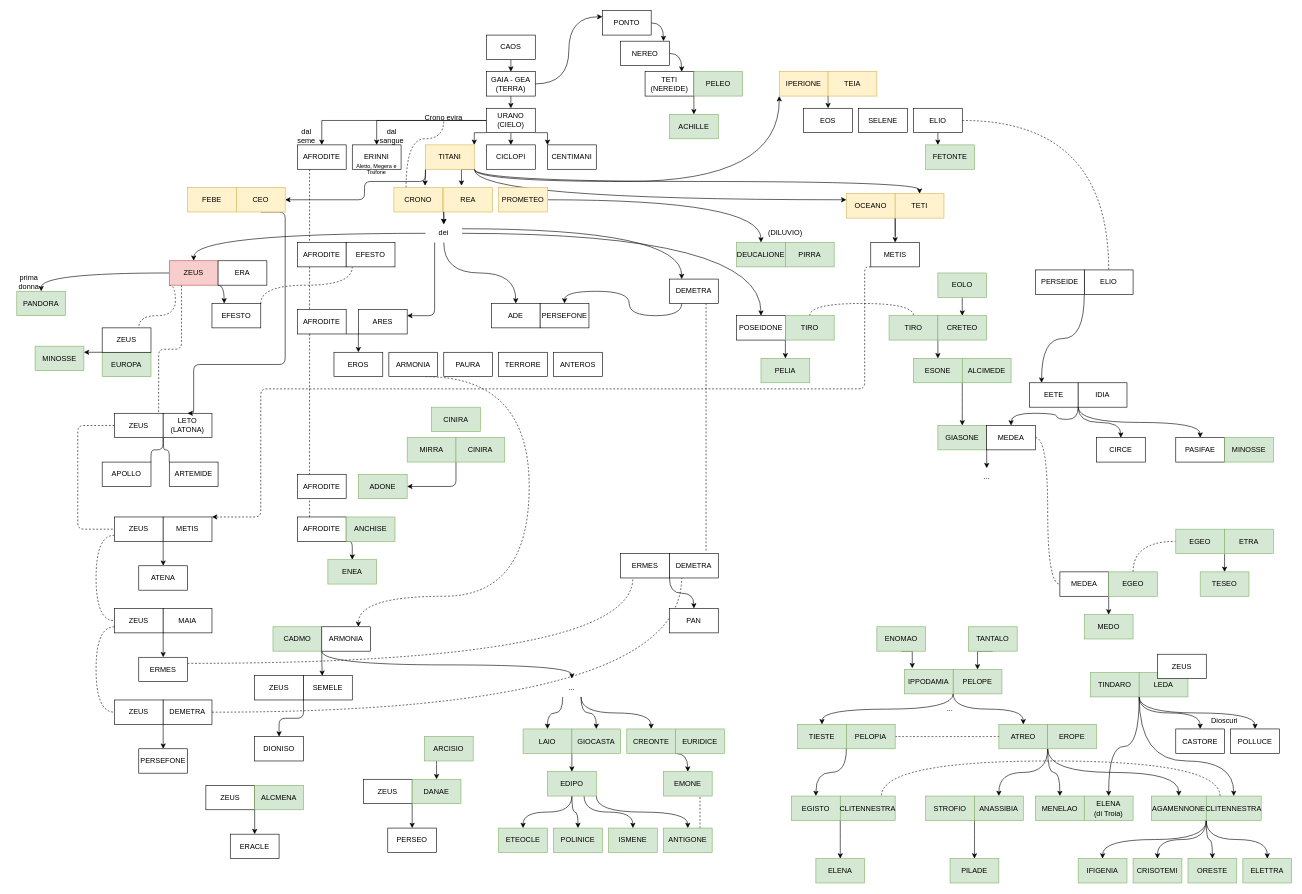
Earlier version of the draw.io diagram miti.drawio (tcaru/diagrams). Source tidied: cells renumbered, new cells numbered last; positions are measured from the earlier drawing's top-left corner, leaving out a move shared by most shapes. Both pictures are drawn from the tidied source at 61%, with x=0, y=0 at pixel (10, 10).
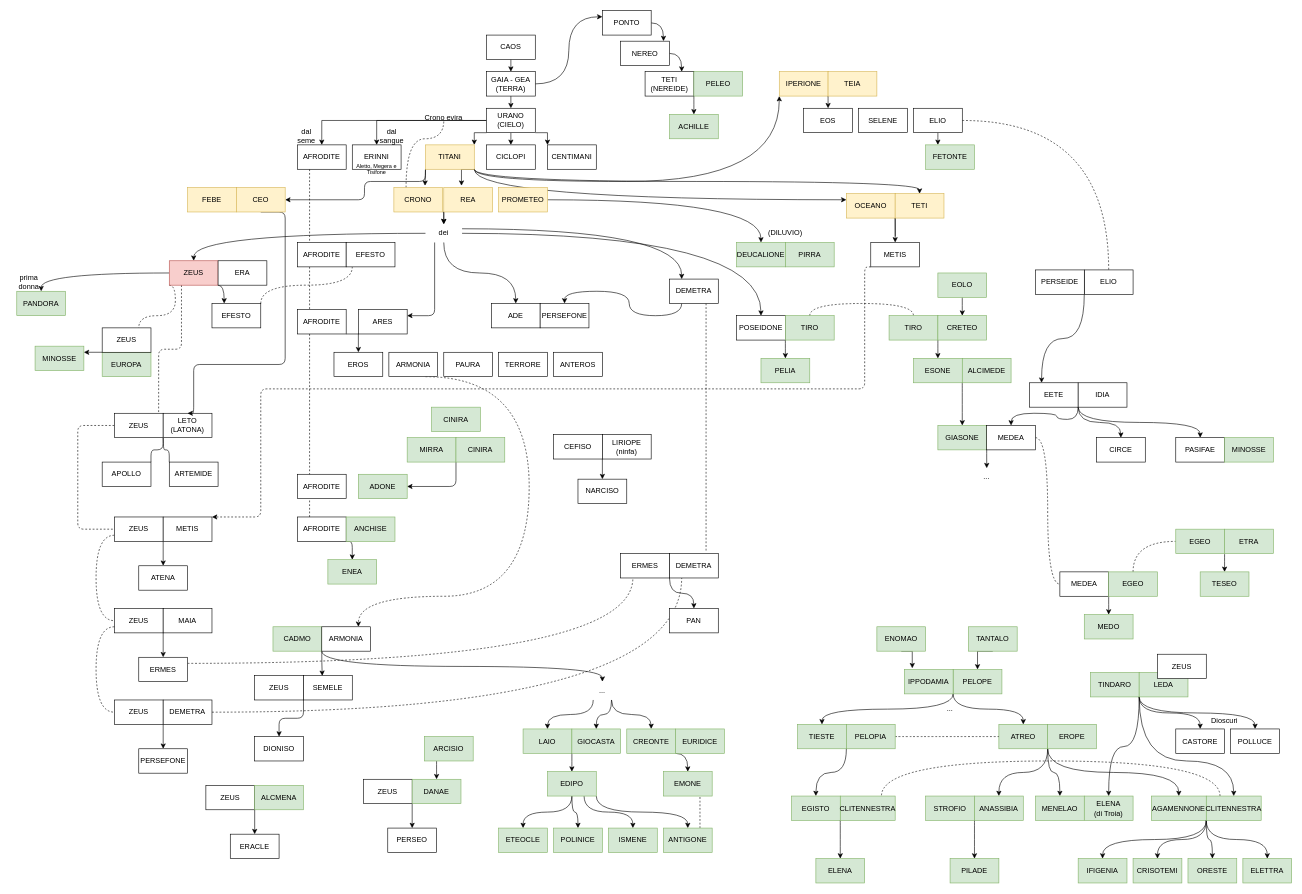
The same diagram, later.

What changed in the source:
```diff
@@
     <mxCell id="208" value="..." style="text;html=1;strokeColor=none;fillColor=none;align=center;verticalAlign=middle;whiteSpace=wrap;rounded=0;" parent="1" vertex="1">
-      <mxGeometry x="890" y="1095" width="60" height="30" as="geometry" />
+      <mxGeometry x="940" y="1100" width="60" height="30" as="geometry" />
     </mxCell>
@@
+    <mxCell id="269" value="CEFISO" style="rounded=0;whiteSpace=wrap;html=1;" parent="1" vertex="1">
+      <mxGeometry x="890" y="695" width="80" height="40" as="geometry" />
+    </mxCell>
+    <mxCell id="270" style="edgeStyle=orthogonalEdgeStyle;rounded=0;jettySize=auto;html=1;exitX=0;exitY=1;exitDx=0;exitDy=0;entryX=0.5;entryY=0;entryDx=0;entryDy=0;" parent="1" edge="1" source="271" target="272">
+      <mxGeometry relative="1" as="geometry" />
+    </mxCell>
+    <mxCell id="271" value="LIRIOPE&lt;br&gt;(ninfa)" style="rounded=0;whiteSpace=wrap;html=1;" parent="1" vertex="1">
+      <mxGeometry x="970" y="695" width="80" height="40" as="geometry" />
+    </mxCell>
+    <mxCell id="272" value="NARCISO" style="rounded=0;whiteSpace=wrap;html=1;" parent="1" vertex="1">
+      <mxGeometry x="930" y="768" width="80" height="40" as="geometry" />
+    </mxCell>
```
